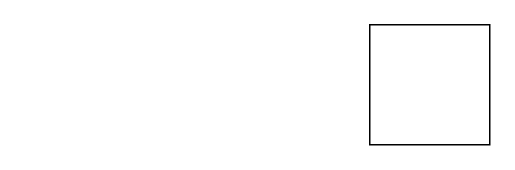
The draw.io diagram Diagramme sans nom.drawio in matteorzl/FilRouge, before the edit. Source tidied: cells renumbered, new cells numbered last; positions are measured from the earlier drawing's top-left corner, leaving out a move shared by most shapes. Both pictures are drawn from the tidied source at 150%, with x=0, y=0 at pixel (369, 24).
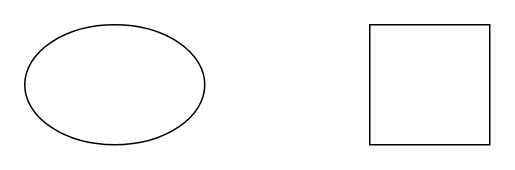
Above is the later version.

Change to the diagram source:
```diff
@@
 <mxGraphModel>
   <root>
     <mxCell id="0" />
     <mxCell id="1" parent="0" />
     <mxCell id="2" style="whiteSpace=wrap;html=1;" parent="1" vertex="1">
       <mxGeometry width="80" height="80" as="geometry" />
     </mxCell>
+    <mxCell id="3" style="ellipse;whiteSpace=wrap;html=1;" parent="1" vertex="1">
+      <mxGeometry x="-230" width="120" height="80" as="geometry" />
+    </mxCell>
   </root>
 </mxGraphModel>
```
